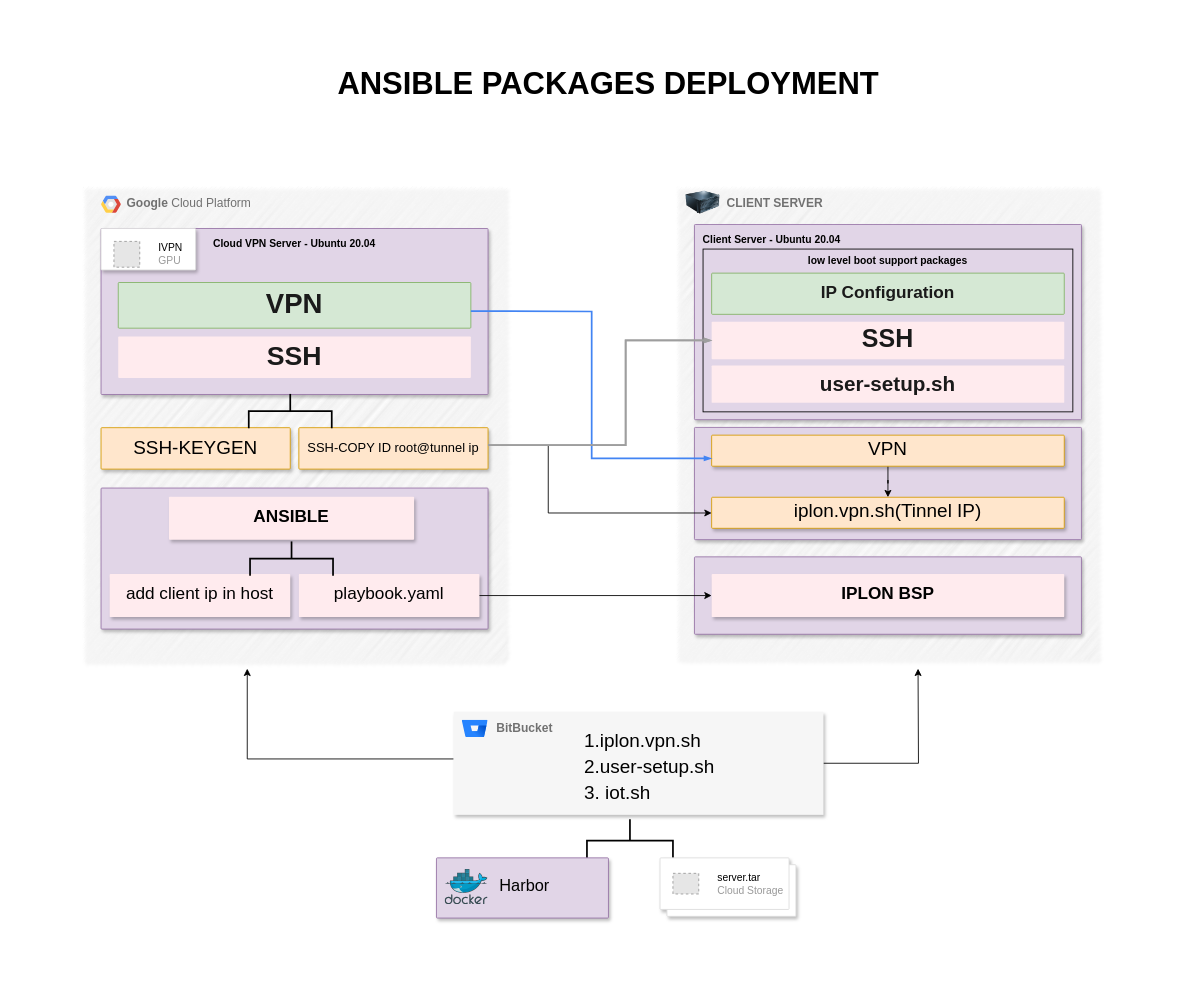
Before: Untitled Diagram.drawio in naveen09111997/IOT6.5_BSP, a draw.io diagram. Source tidied: cells renumbered, new cells numbered last; positions are measured from the earlier drawing's top-left corner, leaving out a move shared by most shapes. Both pictures are drawn from the tidied source at 86%, with x=0, y=0 at pixel (83, 66). Pictures stored in the file or linked from it are replaced by grey dashed boxes.
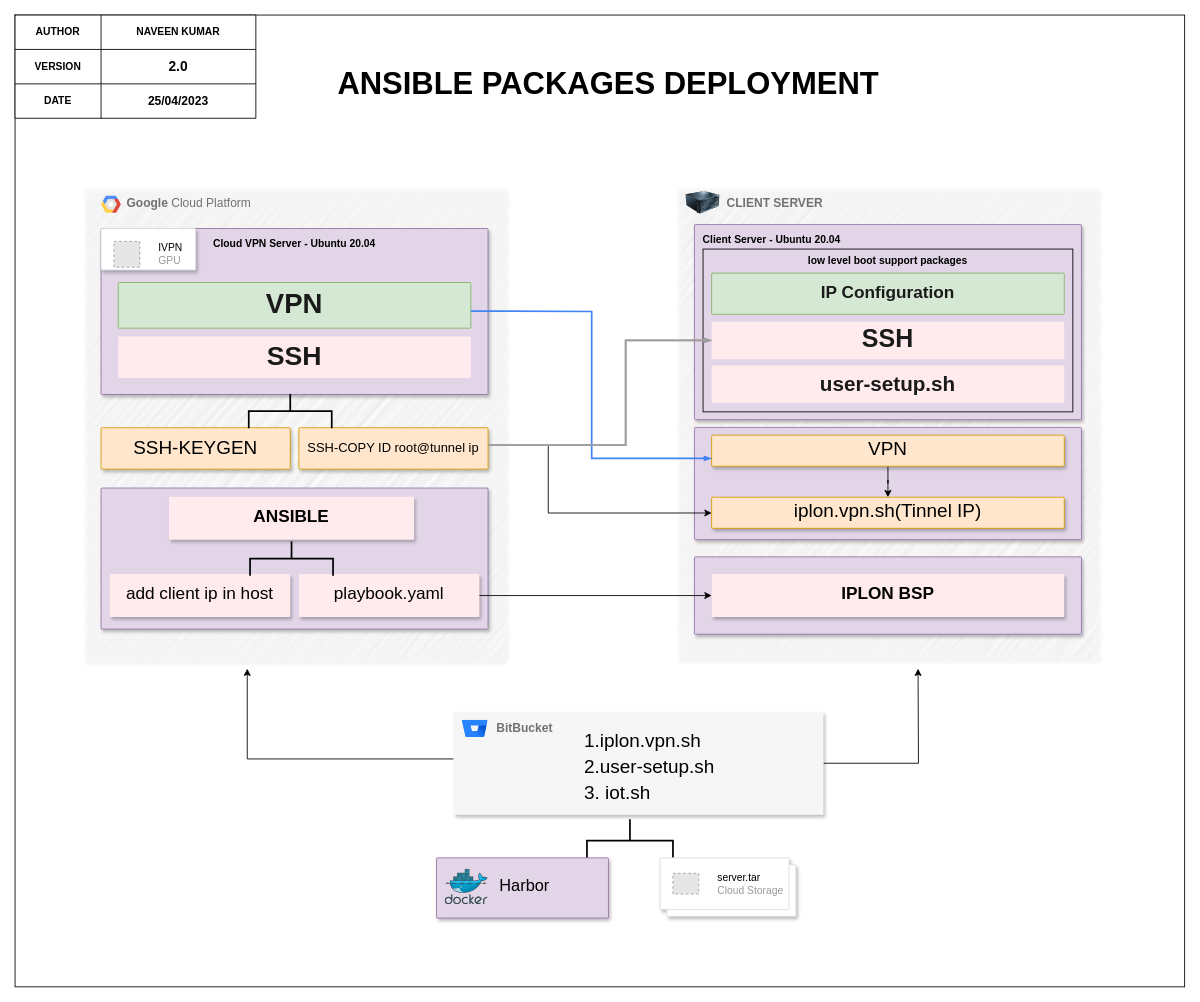
Above is the later version.

Commit message:
ansible package deployment

Diff of the diagram source:
```diff
@@
+    <mxCell id="49" style="rounded=0;whiteSpace=wrap;html=1;fontColor=default;fillColor=none;" parent="1" vertex="1">
+      <mxGeometry x="-80" y="-60" width="1360" height="1130" as="geometry" />
+    </mxCell>
@@
+    <mxCell id="50" style="shape=table;startSize=0;childLayout=tableLayout;" parent="1" vertex="1">
+      <mxGeometry x="-80" y="-60" width="280" height="120" as="geometry" />
+    </mxCell>
+    <mxCell id="51" style="shape=tableRow;horizontal=0;startSize=0;swimlaneHead=0;swimlaneBody=0;strokeColor=inherit;top=0;left=0;bottom=0;right=0;fillColor=none;" parent="50" vertex="1">
+      <mxGeometry width="280" height="40" as="geometry" />
+    </mxCell>
+    <mxCell id="52" value="&lt;b&gt;AUTHOR&lt;/b&gt;" style="shape=partialRectangle;html=1;whiteSpace=wrap;strokeColor=inherit;overflow=hidden;fillColor=none;top=0;left=0;bottom=0;right=0;" parent="51" vertex="1">
+      <mxGeometry width="100" height="40" as="geometry" />
+    </mxCell>
+    <mxCell id="53" value="&lt;b&gt;NAVEEN KUMAR&lt;/b&gt;" style="shape=partialRectangle;html=1;whiteSpace=wrap;strokeColor=inherit;overflow=hidden;fillColor=none;top=0;left=0;bottom=0;right=0;" parent="51" vertex="1">
+      <mxGeometry x="100" width="180" height="40" as="geometry" />
+    </mxCell>
+    <mxCell id="54" style="shape=tableRow;horizontal=0;startSize=0;swimlaneHead=0;swimlaneBody=0;strokeColor=inherit;top=0;left=0;bottom=0;right=0;fillColor=none;" parent="50" vertex="1">
+      <mxGeometry y="40" width="280" height="40" as="geometry" />
+    </mxCell>
+    <mxCell id="55" value="&lt;b&gt;VERSION&lt;/b&gt;" style="shape=partialRectangle;html=1;whiteSpace=wrap;strokeColor=inherit;overflow=hidden;fillColor=none;top=0;left=0;bottom=0;right=0;" parent="54" vertex="1">
+      <mxGeometry width="100" height="40" as="geometry" />
+    </mxCell>
+    <mxCell id="56" value="&lt;b&gt;&lt;font style=&quot;font-size: 16px;&quot;&gt;2.0&lt;/font&gt;&lt;/b&gt;" style="shape=partialRectangle;html=1;whiteSpace=wrap;strokeColor=inherit;overflow=hidden;fillColor=none;top=0;left=0;bottom=0;right=0;" parent="54" vertex="1">
+      <mxGeometry x="100" width="180" height="40" as="geometry" />
+    </mxCell>
+    <mxCell id="57" style="shape=tableRow;horizontal=0;startSize=0;swimlaneHead=0;swimlaneBody=0;strokeColor=inherit;top=0;left=0;bottom=0;right=0;fillColor=none;" parent="50" vertex="1">
+      <mxGeometry y="80" width="280" height="40" as="geometry" />
+    </mxCell>
+    <mxCell id="58" value="&lt;b&gt;DATE&lt;/b&gt;" style="shape=partialRectangle;html=1;whiteSpace=wrap;strokeColor=inherit;overflow=hidden;fillColor=none;top=0;left=0;bottom=0;right=0;" parent="57" vertex="1">
+      <mxGeometry width="100" height="40" as="geometry" />
+    </mxCell>
+    <mxCell id="59" value="&lt;b&gt;&lt;font style=&quot;font-size: 14px;&quot;&gt;25/04/2023&lt;/font&gt;&lt;/b&gt;" style="shape=partialRectangle;html=1;whiteSpace=wrap;strokeColor=inherit;overflow=hidden;fillColor=none;top=0;left=0;bottom=0;right=0;" parent="57" vertex="1">
+      <mxGeometry x="100" width="180" height="40" as="geometry" />
+    </mxCell>
```
